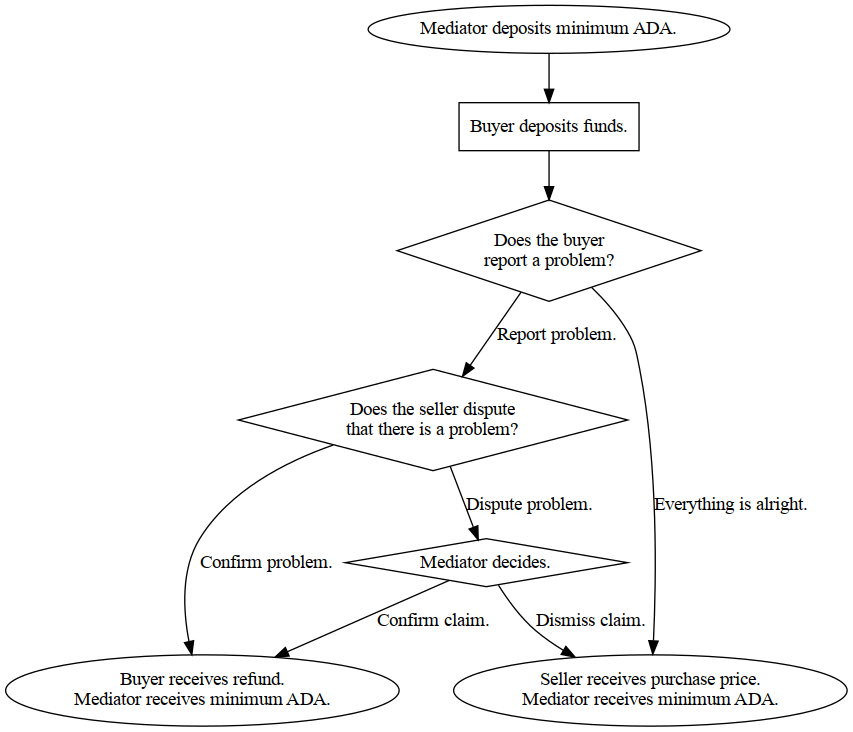
Before: diagrams/escrow-flow.png, a diagram exported from Graphviz (input-output-hk/real-world-marlowe). Its source is kept beside it as diagrams/escrow-flow.dot.
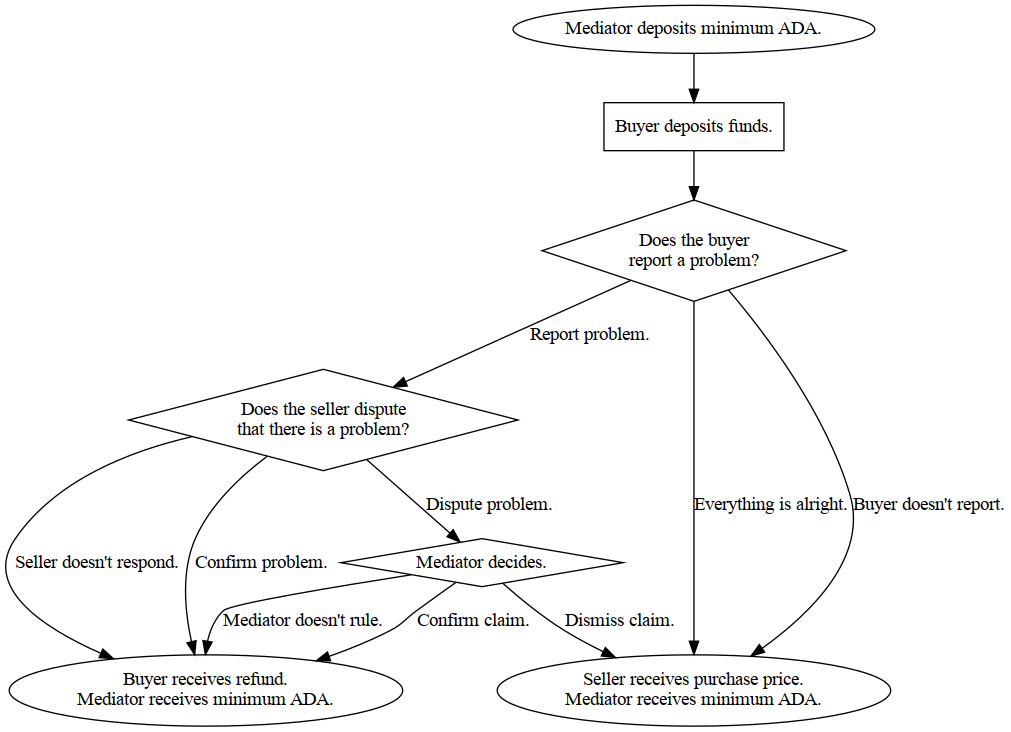
Above is the later version.

Change to the diagram source:
```diff
@@ -1,4 +1,5 @@
-digraph escrow {
+digraph EscrowFlow {
+
 
 minAda [shape=oval, label="Mediator deposits minimum ADA."]
 
@@ -30,4 +31,11 @@
 
 mediate -> refund [label="Confirm claim."]
 
+problem -> sale [label="Buyer doesn't report."]
+
+dispute -> refund [label="Seller doesn't respond."]
+
+mediate -> refund [label="Mediator doesn't rule."]
+
+
 }
```
